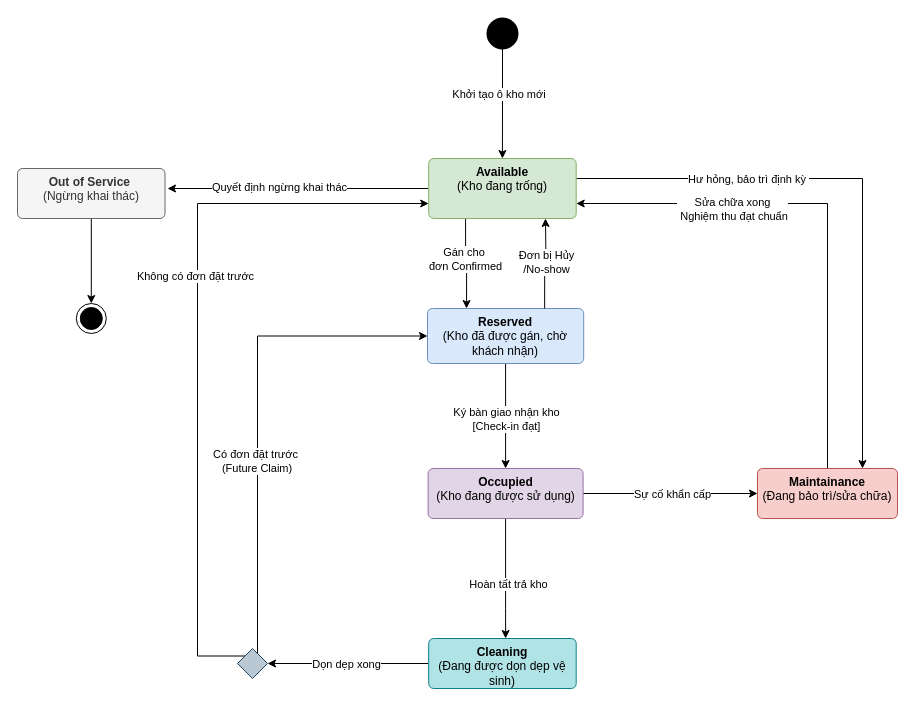
Before: page "Storage Unit" (1 of 4) of docs/diagrams/state-machine-diagram-storage-unit.drawio in Nguyen-Van-Gia-Binh/Self-Storage-Facility-Rental-and-Management-System, a draw.io diagram. Source tidied: cells renumbered, new cells numbered last; positions are measured from the earlier drawing's top-left corner, leaving out a move shared by most shapes. Both pictures are drawn from the tidied source at 100%, with x=0, y=0 at pixel (17, 18).
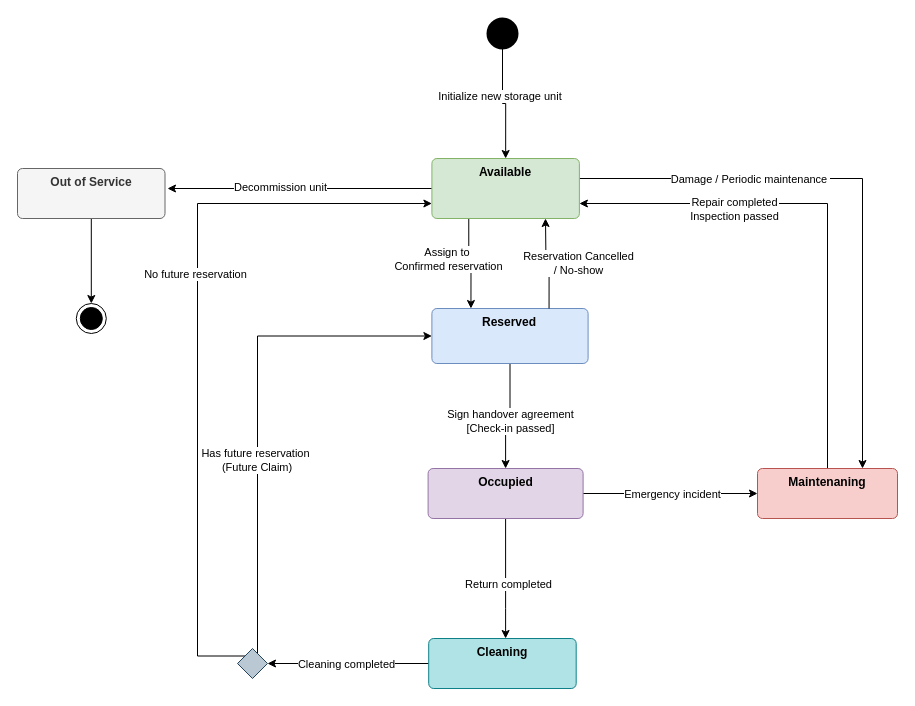
After the change.

The change refers to these unchanged cells:
```xml
<mxCell id="2" style="edgeStyle=orthogonalEdgeStyle;rounded=0;jettySize=auto;html=1;entryX=0.75;entryY=0;entryDx=0;entryDy=0;" parent="1" edge="1" source="8" target="22">
  <mxGeometry relative="1" as="geometry">
    <Array as="points">
      <mxPoint x="845" y="160" />
    </Array>
  </mxGeometry>
</mxCell>
<mxCell id="4" style="edgeStyle=orthogonalEdgeStyle;rounded=0;jettySize=auto;html=1;" parent="1" edge="1" source="8">
  <mxGeometry relative="1" as="geometry">
    <mxPoint x="150" y="170" as="targetPoint" />
  </mxGeometry>
</mxCell>
<mxCell id="6" style="edgeStyle=orthogonalEdgeStyle;rounded=0;jettySize=auto;html=1;exitX=0.25;exitY=1;exitDx=0;exitDy=0;entryX=0.25;entryY=0;entryDx=0;entryDy=0;" parent="1" edge="1" source="8" target="14">
  <mxGeometry relative="1" as="geometry" />
</mxCell>
<mxCell id="9" style="edgeStyle=orthogonalEdgeStyle;rounded=0;jettySize=auto;html=1;entryX=0.5;entryY=0;entryDx=0;entryDy=0;" parent="1" edge="1" source="11" target="8">
  <mxGeometry relative="1" as="geometry" />
</mxCell>
<mxCell id="12" style="edgeStyle=orthogonalEdgeStyle;rounded=0;jettySize=auto;html=1;entryX=0.5;entryY=0;entryDx=0;entryDy=0;" parent="1" edge="1" source="14" target="19">
  <mxGeometry relative="1" as="geometry" />
</mxCell>
<mxCell id="15" style="edgeStyle=orthogonalEdgeStyle;rounded=0;jettySize=auto;html=1;entryX=0;entryY=0.5;entryDx=0;entryDy=0;" parent="1" edge="1" source="19" target="22">
  <mxGeometry relative="1" as="geometry" />
</mxCell>
<mxCell id="17" style="edgeStyle=orthogonalEdgeStyle;rounded=0;jettySize=auto;html=1;" parent="1" edge="1" source="19" target="25">
  <mxGeometry relative="1" as="geometry">
    <Array as="points">
      <mxPoint x="489" y="590" />
      <mxPoint x="489" y="590" />
    </Array>
  </mxGeometry>
</mxCell>
<mxCell id="20" style="edgeStyle=orthogonalEdgeStyle;rounded=0;jettySize=auto;html=1;libavoidRouting=1;entryX=1;entryY=0.75;entryDx=0;entryDy=0;" parent="1" edge="1" source="22" target="8">
  <mxGeometry relative="1" as="geometry">
    <Array as="points">
      <mxPoint x="810" y="185" />
    </Array>
  </mxGeometry>
</mxCell>
<mxCell id="23" style="edgeStyle=orthogonalEdgeStyle;rounded=0;jettySize=auto;html=1;entryX=1;entryY=0.5;entryDx=0;entryDy=0;" parent="1" edge="1" source="25" target="32">
  <mxGeometry relative="1" as="geometry" />
</mxCell>
<mxCell id="28" style="edgeStyle=elbowEdgeStyle;rounded=0;jettySize=auto;html=1;entryX=0;entryY=0.5;entryDx=0;entryDy=0;" parent="1" edge="1" source="32" target="14">
  <mxGeometry relative="1" as="geometry">
    <Array as="points">
      <mxPoint x="240" y="360" />
      <mxPoint x="235" y="450" />
    </Array>
  </mxGeometry>
</mxCell>
<mxCell id="30" style="edgeStyle=elbowEdgeStyle;rounded=0;jettySize=auto;html=1;exitX=0;exitY=0;exitDx=0;exitDy=0;entryX=0;entryY=0.75;entryDx=0;entryDy=0;" parent="1" edge="1" source="32" target="8">
  <mxGeometry relative="1" as="geometry">
    <Array as="points">
      <mxPoint x="180" y="280" />
    </Array>
  </mxGeometry>
</mxCell>
<mxCell id="34" style="edgeStyle=orthogonalEdgeStyle;rounded=0;jettySize=auto;html=1;exitX=0.75;exitY=0;exitDx=0;exitDy=0;" parent="1" edge="1" source="14">
  <mxGeometry relative="1" as="geometry">
    <mxPoint x="528" y="200" as="targetPoint" />
  </mxGeometry>
</mxCell>
```

Diff of the diagram source:
```diff
@@
-    <mxCell id="3" value="Hư hỏng, bảo trì định kỳ&amp;nbsp;" style="edgeLabel;html=1;align=center;verticalAlign=middle;" parent="2" vertex="1">
+    <mxCell id="3" value="Damage / Periodic maintenance&amp;nbsp;" style="edgeLabel;html=1;align=center;verticalAlign=middle;" parent="2" vertex="1">
       <mxGeometry x="-0.3" y="-3" relative="1" as="geometry">
         <mxPoint x="-30" y="-3" as="offset" />
       </mxGeometry>
     </mxCell>
@@
-    <mxCell id="5" value="Quyết định ngừng khai thác" style="edgeLabel;html=1;align=center;verticalAlign=middle;" parent="4" vertex="1">
+    <mxCell id="5" value="Decommission unit" style="edgeLabel;html=1;align=center;verticalAlign=middle;" parent="4" vertex="1">
       <mxGeometry x="0.15" y="-2" relative="1" as="geometry" />
     </mxCell>
@@
-    <mxCell id="7" value="Gán cho&amp;nbsp;&lt;div&gt;đơn Confirmed&lt;/div&gt;" style="edgeLabel;html=1;align=center;verticalAlign=middle;" parent="6" vertex="1">
+    <mxCell id="7" value="Assign to&amp;nbsp;&lt;div&gt;Confirmed reservation&lt;/div&gt;" style="edgeLabel;html=1;align=center;verticalAlign=middle;" parent="6" vertex="1">
       <mxGeometry x="-0.17" y="-1" relative="1" as="geometry">
-        <mxPoint y="2" as="offset" />
+        <mxPoint x="-20" y="2" as="offset" />
       </mxGeometry>
     </mxCell>
-    <mxCell id="8" value="&lt;b&gt;Available&lt;/b&gt;&lt;div&gt;(Kho đang trống)&lt;/div&gt;" style="html=1;align=center;verticalAlign=top;rounded=1;absoluteArcSize=1;arcSize=10;dashed=0;whiteSpace=wrap;fillColor=#d5e8d4;strokeColor=#82b366;" parent="1" vertex="1">
-      <mxGeometry x="411.2" y="140" width="147.5" height="60" as="geometry" />
+    <mxCell id="8" value="&lt;b&gt;Available&lt;/b&gt;&lt;div&gt;&lt;/div&gt;" style="html=1;align=center;verticalAlign=top;rounded=1;absoluteArcSize=1;arcSize=10;dashed=0;whiteSpace=wrap;fillColor=#d5e8d4;strokeColor=#82b366;" parent="1" vertex="1">
+      <mxGeometry x="414.4" y="140" width="147.5" height="60" as="geometry" />
     </mxCell>
@@
-    <mxCell id="10" value="Khởi tạo ô kho mới&amp;nbsp;" style="edgeLabel;html=1;align=center;verticalAlign=middle;" parent="9" vertex="1">
+    <mxCell id="10" value="Initialize new storage unit&amp;nbsp;" style="edgeLabel;html=1;align=center;verticalAlign=middle;" parent="9" vertex="1">
       <mxGeometry x="-0.17" y="-2" relative="1" as="geometry" />
     </mxCell>
@@
-    <mxCell id="13" value="Ký bàn giao nhận kho&lt;div&gt;[Check-in đạt]&lt;/div&gt;" style="edgeLabel;html=1;align=center;verticalAlign=middle;" parent="12" vertex="1">
+    <mxCell id="13" value="Sign handover agreement&lt;div&gt;[Check-in passed]&lt;/div&gt;" style="edgeLabel;html=1;align=center;verticalAlign=middle;" parent="12" vertex="1">
       <mxGeometry x="-0.22" y="-5" relative="1" as="geometry">
         <mxPoint x="5" y="14" as="offset" />
       </mxGeometry>
     </mxCell>
-    <mxCell id="14" value="&lt;b&gt;Reserved&lt;/b&gt;&lt;div&gt;(Kho đã được gán, chờ khách nhận)&lt;/div&gt;" style="html=1;align=center;verticalAlign=top;rounded=1;absoluteArcSize=1;arcSize=10;dashed=0;whiteSpace=wrap;fillColor=#dae8fc;strokeColor=#6c8ebf;" parent="1" vertex="1">
-      <mxGeometry x="410" y="290" width="156.2" height="55" as="geometry" />
+    <mxCell id="14" value="&lt;b&gt;Reserved&lt;/b&gt;&lt;div&gt;&lt;/div&gt;" style="html=1;align=center;verticalAlign=top;rounded=1;absoluteArcSize=1;arcSize=10;dashed=0;whiteSpace=wrap;fillColor=#dae8fc;strokeColor=#6c8ebf;" parent="1" vertex="1">
+      <mxGeometry x="414.4" y="290" width="156.2" height="55" as="geometry" />
     </mxCell>
@@
-    <mxCell id="16" value="Sự cố khẩn cấp" style="edgeLabel;html=1;align=center;verticalAlign=middle;" parent="15" vertex="1">
+    <mxCell id="16" value="Emergency incident" style="edgeLabel;html=1;align=center;verticalAlign=middle;" parent="15" vertex="1">
       <mxGeometry x="0.02" relative="1" as="geometry" />
     </mxCell>
@@
-    <mxCell id="18" value="Hoàn tất trả kho" style="edgeLabel;html=1;align=center;verticalAlign=middle;" parent="17" vertex="1">
+    <mxCell id="18" value="Return completed" style="edgeLabel;html=1;align=center;verticalAlign=middle;" parent="17" vertex="1">
       <mxGeometry x="0.08" y="2" relative="1" as="geometry" />
     </mxCell>
-    <mxCell id="19" value="&lt;b&gt;Occupied&lt;/b&gt;&lt;div&gt;(Kho đang được sử dụng)&lt;/div&gt;" style="html=1;align=center;verticalAlign=top;rounded=1;absoluteArcSize=1;arcSize=10;dashed=0;whiteSpace=wrap;fillColor=#e1d5e7;strokeColor=#9673a6;" parent="1" vertex="1">
+    <mxCell id="19" value="&lt;b&gt;Occupied&lt;/b&gt;&lt;div&gt;&lt;/div&gt;" style="html=1;align=center;verticalAlign=top;rounded=1;absoluteArcSize=1;arcSize=10;dashed=0;whiteSpace=wrap;fillColor=#e1d5e7;strokeColor=#9673a6;" parent="1" vertex="1">
       <mxGeometry x="410.6" y="450" width="155" height="50" as="geometry" />
     </mxCell>
@@
-    <mxCell id="21" value="Sửa chữa xong&lt;div&gt;&amp;nbsp;Nghiệm&amp;nbsp;&lt;span style=&quot;background-color: light-dark(#ffffff, var(--ge-dark-color, #121212)); color: light-dark(rgb(0, 0, 0), rgb(255, 255, 255));&quot;&gt;thu đạt chuẩn&lt;/span&gt;&lt;/div&gt;" style="edgeLabel;html=1;align=center;verticalAlign=middle;" parent="20" vertex="1">
+    <mxCell id="21" value="Repair completed&lt;div&gt;Inspection passed&lt;/div&gt;" style="edgeLabel;html=1;align=center;verticalAlign=middle;" parent="20" vertex="1">
       <mxGeometry x="0.4" relative="1" as="geometry">
         <mxPoint y="5" as="offset" />
       </mxGeometry>
     </mxCell>
-    <mxCell id="22" value="&lt;b&gt;Maintainance&lt;/b&gt;&lt;div&gt;(Đang bảo trì/sửa chữa)&lt;br&gt;&lt;div&gt;&lt;br&gt;&lt;/div&gt;&lt;/div&gt;" style="html=1;align=center;verticalAlign=top;rounded=1;absoluteArcSize=1;arcSize=10;dashed=0;whiteSpace=wrap;fillColor=#f8cecc;strokeColor=#b85450;" parent="1" vertex="1">
+    <mxCell id="22" value="&lt;b&gt;Maintenaning&lt;/b&gt;&lt;div&gt;&lt;/div&gt;" style="html=1;align=center;verticalAlign=top;rounded=1;absoluteArcSize=1;arcSize=10;dashed=0;whiteSpace=wrap;fillColor=#f8cecc;strokeColor=#b85450;" parent="1" vertex="1">
       <mxGeometry x="740" y="450" width="140" height="50" as="geometry" />
     </mxCell>
@@
-    <mxCell id="24" value="Dọn dẹp xong" style="edgeLabel;html=1;align=center;verticalAlign=middle;" parent="23" vertex="1">
+    <mxCell id="24" value="Cleaning completed" style="edgeLabel;html=1;align=center;verticalAlign=middle;" parent="23" vertex="1">
       <mxGeometry x="0.03" relative="1" as="geometry" />
     </mxCell>
-    <mxCell id="25" value="&lt;b&gt;Cleaning&lt;/b&gt;&lt;br&gt;&lt;div&gt;(Đang được dọn dẹp vệ sinh)&lt;/div&gt;" style="html=1;align=center;verticalAlign=top;rounded=1;absoluteArcSize=1;arcSize=10;dashed=0;whiteSpace=wrap;fillColor=#b0e3e6;strokeColor=#0e8088;" parent="1" vertex="1">
+    <mxCell id="25" value="&lt;b&gt;Cleaning&lt;br&gt;&lt;/b&gt;" style="html=1;align=center;verticalAlign=top;rounded=1;absoluteArcSize=1;arcSize=10;dashed=0;whiteSpace=wrap;fillColor=#b0e3e6;strokeColor=#0e8088;" parent="1" vertex="1">
       <mxGeometry x="411.2" y="620" width="147.5" height="50" as="geometry" />
     </mxCell>
@@
-    <mxCell id="27" value="&lt;div&gt;&lt;b&gt;Out of Service&amp;nbsp;&lt;/b&gt;&lt;/div&gt;&lt;div&gt;(Ngừng khai thác)&lt;/div&gt;" style="html=1;align=center;verticalAlign=top;rounded=1;absoluteArcSize=1;arcSize=10;dashed=0;whiteSpace=wrap;fillColor=#f5f5f5;fontColor=#333333;strokeColor=#666666;" parent="1" vertex="1">
+    <mxCell id="27" value="&lt;b&gt;Out of Service&lt;/b&gt;" style="html=1;align=center;verticalAlign=top;rounded=1;absoluteArcSize=1;arcSize=10;dashed=0;whiteSpace=wrap;fillColor=#f5f5f5;fontColor=#333333;strokeColor=#666666;" parent="1" vertex="1">
       <mxGeometry y="150" width="147.5" height="50" as="geometry" />
     </mxCell>
@@
-    <mxCell id="29" value="Có đơn đặt trước&lt;div&gt;&amp;nbsp;(Future Claim)&lt;/div&gt;" style="edgeLabel;html=1;align=center;verticalAlign=middle;" parent="28" vertex="1">
+    <mxCell id="29" value="Has future reservation&lt;div&gt;&amp;nbsp;(Future Claim)&lt;/div&gt;" style="edgeLabel;html=1;align=center;verticalAlign=middle;" parent="28" vertex="1">
       <mxGeometry x="-0.21" y="3" relative="1" as="geometry" />
     </mxCell>
@@
-    <mxCell id="31" value="Không có đơn đặt trước" style="edgeLabel;html=1;align=center;verticalAlign=middle;" parent="30" vertex="1">
+    <mxCell id="31" value="No future reservation" style="edgeLabel;html=1;align=center;verticalAlign=middle;" parent="30" vertex="1">
       <mxGeometry x="0.17" y="3" relative="1" as="geometry" />
     </mxCell>
@@
-    <mxCell id="35" value="Đơn bị Hủy&lt;div&gt;/No-show&lt;/div&gt;" style="edgeLabel;html=1;align=center;verticalAlign=middle;" parent="34" vertex="1">
-      <mxGeometry x="0.05" relative="1" as="geometry" />
+    <mxCell id="35" value="Reservation Cancelled&lt;div&gt;/ No-show&lt;/div&gt;" style="edgeLabel;html=1;align=center;verticalAlign=middle;" parent="34" vertex="1">
+      <mxGeometry x="0.05" relative="1" as="geometry">
+        <mxPoint x="32" as="offset" />
+      </mxGeometry>
     </mxCell>
```
